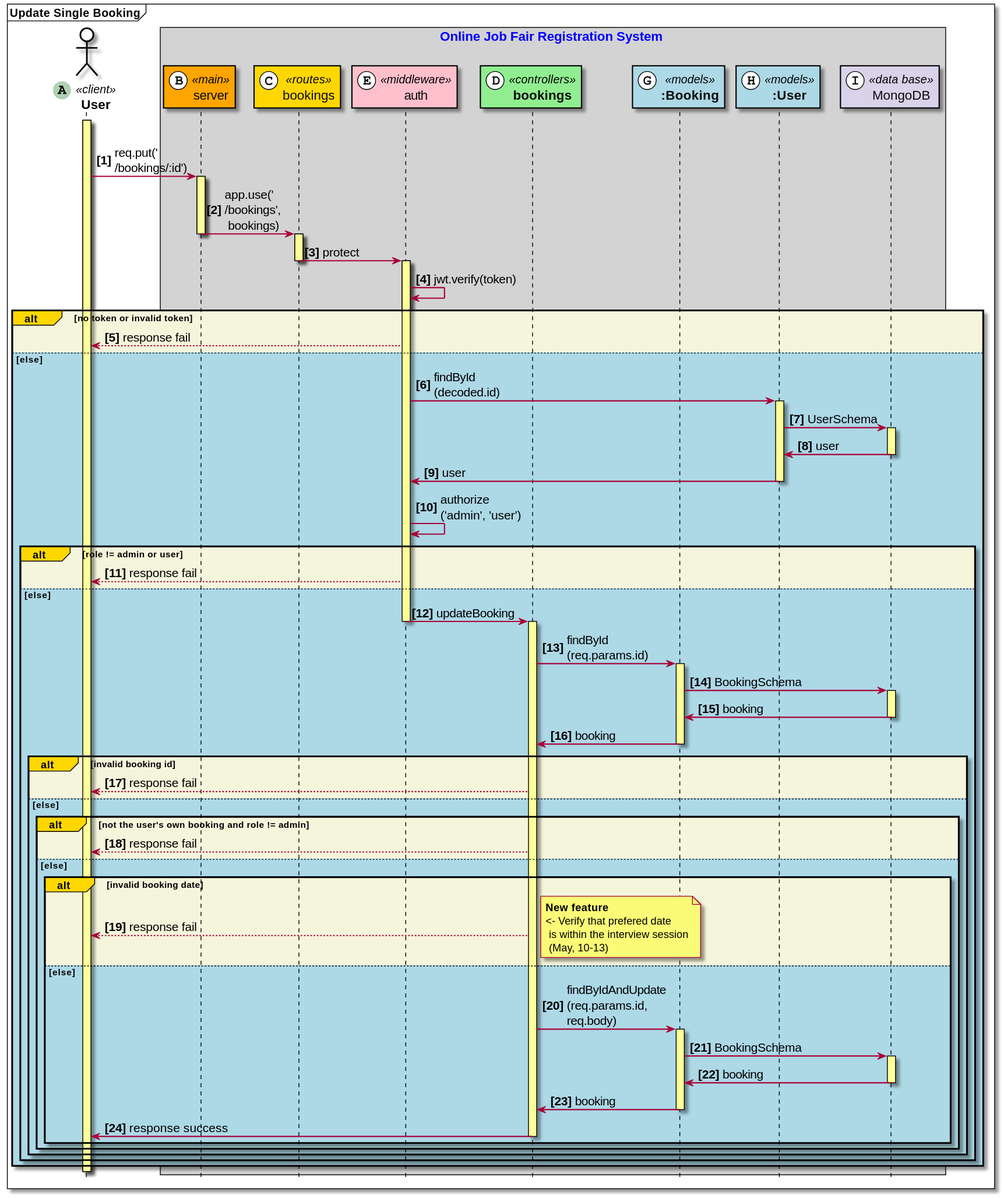
Above: doc_asset/diagrams/squence_diagrams/booking/update_single_booking.svg in wisarootl/online-job-fair-registration (PlantUML), before the change. The source it was exported from:
```plantuml
@startuml

hide footbox
skinparam sequenceArrowThickness 1.5
skinparam fontsize 50
autonumber 1 "<b>[###]"
skinparam component {
skinparam defaultFontSize 16
ArrowFontSize 15
}
Mainframe <b>Update Single Booking</b>

actor "<b>User" as user <<(A,#ADD1B2)client>>#White
Box Online Job Fair Registration System #lightgrey
participant "server" as server <<(B,#FFFFFF)main>>#Orange
participant "bookings" as rbookings <<(C,#FFFFFF)routes>>#Gold
participant "auth" as middleware_auth <<(E,#FFFFFF)middleware>>#Pink
participant "<b>bookings" as controllers_bookings <<(D,#FFFFFF)controllers>>#LightGreen
participant "<b>:Booking" as models_Booking <<(G,#FFFFFF)models>>#LightBlue
participant "<b>:User" as models_User <<(H,#FFFFFF)models>>#LightBlue
participant "MongoDB" as mongo <<(I,#FFFFFF)data base>>#d9d2e9
end box

|||
Activate user
user->server: req.put('\n/bookings/:id')
Activate server
server->rbookings: app.use('\n/bookings',\n bookings)
DeActivate server
Activate rbookings
rbookings->middleware_auth: protect
DeActivate rbookings
Activate middleware_auth
middleware_auth->middleware_auth: jwt.verify(token)
Alt#Gold #Beige no token or invalid token
middleware_auth-->user: response fail
Else #LightBlue else
middleware_auth->models_User: findById\n(decoded.id)
Activate models_User
models_User->mongo: UserSchema
Activate mongo
mongo->models_User: user
DeActivate mongo
models_User->middleware_auth: user
DeActivate models_User
middleware_auth->middleware_auth: authorize\n('admin', 'user')
Alt#Gold #Beige role != admin or user
middleware_auth-->user: response fail
Else #LightBlue else
middleware_auth->controllers_bookings: updateBooking
DeActivate middleware_auth
Activate controllers_bookings
controllers_bookings->models_Booking: findById\n(req.params.id)
Activate models_Booking
models_Booking->mongo: BookingSchema
Activate mongo
mongo->models_Booking: booking
DeActivate mongo
models_Booking->controllers_bookings: booking
DeActivate models_Booking
Alt#Gold #Beige invalid booking id
controllers_bookings-->user: response fail
Else #LightBlue else
Alt#Gold #Beige not the user's own booking and role != admin
controllers_bookings-->user: response fail
Else #LightBlue else
Alt#Gold #Beige invalid booking date
controllers_bookings-->user: response fail
Else #LightBlue else
note right: <b>New feature\n<- Verify that prefered date\n is within the interview session\n (May, 10-13)
controllers_bookings->models_Booking: findByIdAndUpdate\n(req.params.id, \nreq.body)
Activate models_Booking
models_Booking->mongo: BookingSchema
Activate mongo
mongo->models_Booking: booking
DeActivate mongo
models_Booking->controllers_bookings: booking
DeActivate models_Booking
controllers_bookings->user: response success
DeActivate controllers_bookings
End Alt
End Alt
End Alt
End Alt
End Alt
DeActivate user


skinparam sequence {
BoxBorderColor Black
BoxFontColor Blue
BoxFontSize 16
LifeLineBorderColor Black
LifeLineBackgroundColor #FFFF99
ParticipantBorderColor Black
StereoTypeFontSize 14
ParticipantFontSize 16
ParticipantFontColor #0c0c0c
ActorBorderColor Black
ActorBackgroundColor White
ActorFontSize 16
ActorFontColor Black
}

@enduml
```
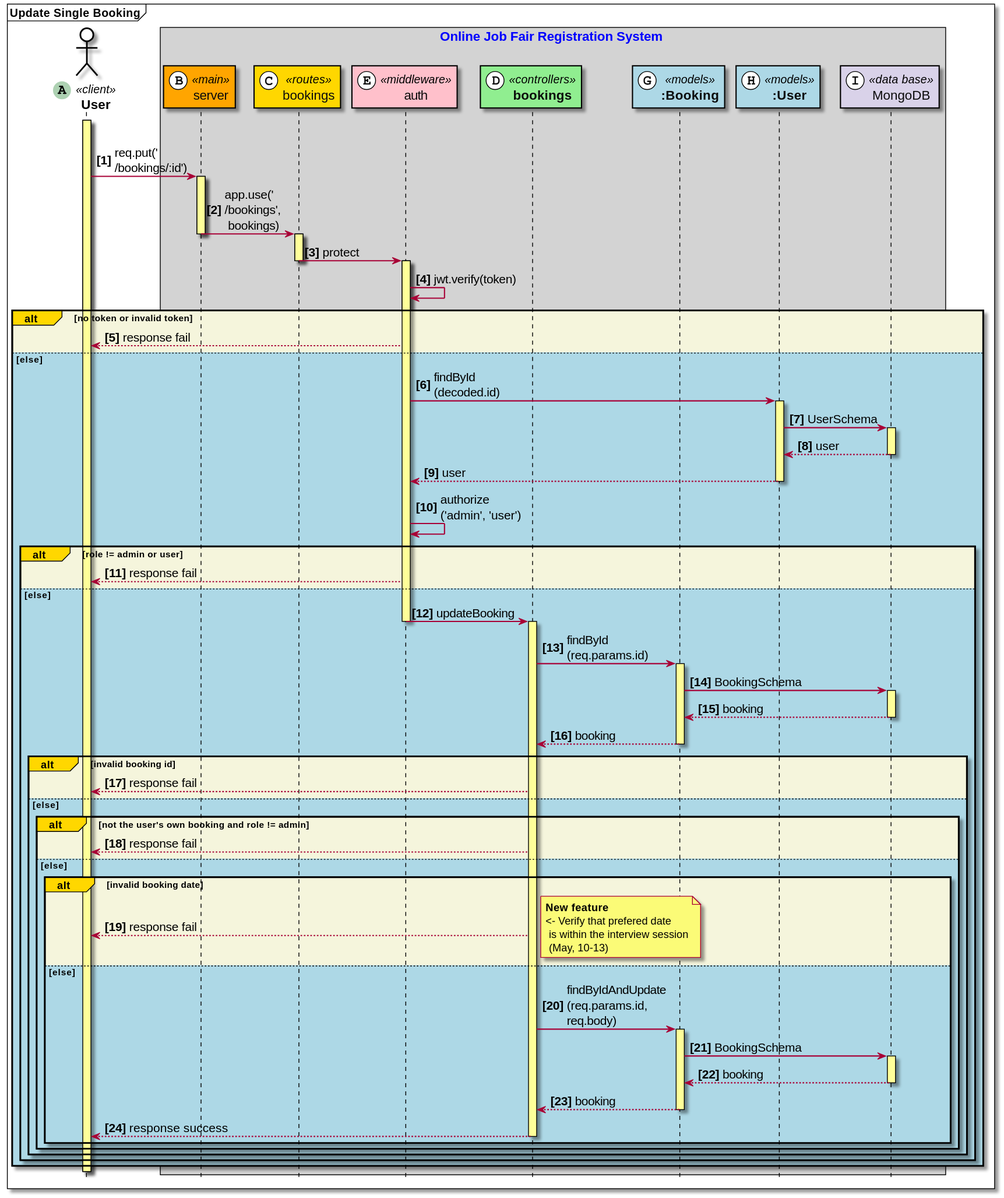
The same diagram one commit later.

Diff of the diagram source:
```diff
@@ -39,9 +39,9 @@
 Activate models_User
 models_User->mongo: UserSchema
 Activate mongo
-mongo->models_User: user
+mongo-->models_User: user
 DeActivate mongo
-models_User->middleware_auth: user
+models_User-->middleware_auth: user
 DeActivate models_User
 middleware_auth->middleware_auth: authorize\n('admin', 'user')
 Alt#Gold #Beige role != admin or user
@@ -54,9 +54,9 @@
 Activate models_Booking
 models_Booking->mongo: BookingSchema
 Activate mongo
-mongo->models_Booking: booking
+mongo-->models_Booking: booking
 DeActivate mongo
-models_Booking->controllers_bookings: booking
+models_Booking-->controllers_bookings: booking
 DeActivate models_Booking
 Alt#Gold #Beige invalid booking id
 controllers_bookings-->user: response fail
@@ -72,11 +72,11 @@
 Activate models_Booking
 models_Booking->mongo: BookingSchema
 Activate mongo
-mongo->models_Booking: booking
+mongo-->models_Booking: booking
 DeActivate mongo
-models_Booking->controllers_bookings: booking
+models_Booking-->controllers_bookings: booking
 DeActivate models_Booking
-controllers_bookings->user: response success
+controllers_bookings-->user: response success
 DeActivate controllers_bookings
 End Alt
 End Alt
```
